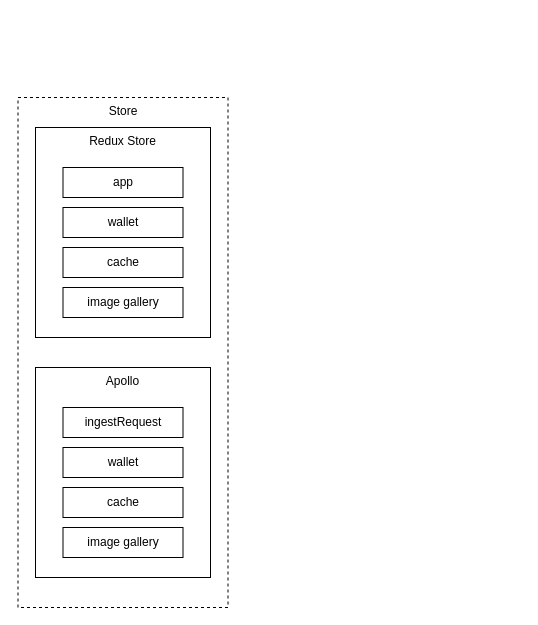
Earlier version of the draw.io diagram test-2.drawio (tobi-tobsen-berlin/diagrams). Source tidied: cells renumbered, new cells numbered last; positions are measured from the earlier drawing's top-left corner, leaving out a move shared by most shapes. Both pictures are drawn from the tidied source at 100%, with x=0, y=0 at pixel (17, 97).
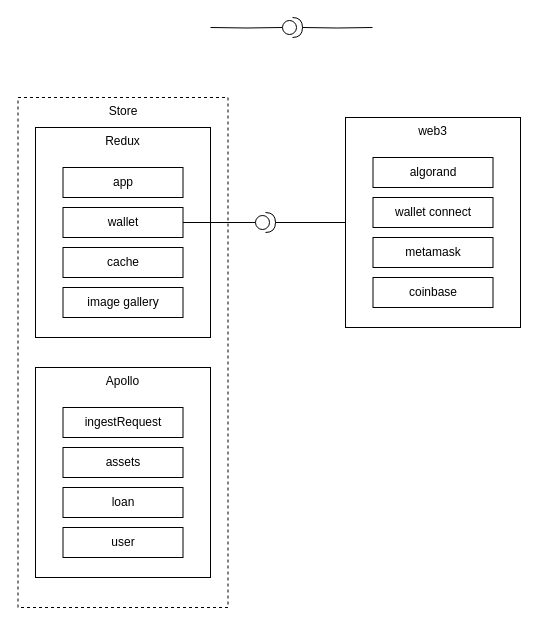
The same diagram, later.

The change refers to these unchanged cells:
```xml
<mxCell id="5" value="wallet" style="rounded=0;whiteSpace=wrap;html=1;" parent="1" vertex="1">
  <mxGeometry x="45.5" y="110" width="120" height="30" as="geometry" />
</mxCell>
```

Change to the diagram source:
```diff
@@
-    <mxCell id="3" value="Redux Store" style="rounded=0;whiteSpace=wrap;html=1;verticalAlign=top;" parent="1" vertex="1">
+    <mxCell id="3" value="Redux" style="rounded=0;whiteSpace=wrap;html=1;verticalAlign=top;" parent="1" vertex="1">
       <mxGeometry x="18" y="30" width="175" height="210" as="geometry" />
     </mxCell>
@@
+    <mxCell id="13" style="edgeStyle=orthogonalEdgeStyle;rounded=0;jettySize=auto;html=1;endArrow=none;endFill=0;" parent="1" edge="1" source="5" target="20">
+      <mxGeometry relative="1" as="geometry" />
+    </mxCell>
@@
-    <mxCell id="10" value="wallet" style="rounded=0;whiteSpace=wrap;html=1;" parent="1" vertex="1">
+    <mxCell id="10" value="assets" style="rounded=0;whiteSpace=wrap;html=1;" parent="1" vertex="1">
       <mxGeometry x="45.5" y="350" width="120" height="30" as="geometry" />
     </mxCell>
-    <mxCell id="11" value="cache" style="rounded=0;whiteSpace=wrap;html=1;" parent="1" vertex="1">
+    <mxCell id="11" value="loan" style="rounded=0;whiteSpace=wrap;html=1;" parent="1" vertex="1">
       <mxGeometry x="45.5" y="390" width="120" height="30" as="geometry" />
     </mxCell>
-    <mxCell id="12" value="image gallery" style="rounded=0;whiteSpace=wrap;html=1;" parent="1" vertex="1">
+    <mxCell id="12" value="user" style="rounded=0;whiteSpace=wrap;html=1;" parent="1" vertex="1">
       <mxGeometry x="45.5" y="430" width="120" height="30" as="geometry" />
     </mxCell>
+    <mxCell id="14" style="edgeStyle=orthogonalEdgeStyle;rounded=0;jettySize=auto;html=1;endArrow=none;endFill=0;" parent="1" edge="1" source="15" target="20">
+      <mxGeometry relative="1" as="geometry" />
+    </mxCell>
+    <mxCell id="15" value="web3" style="rounded=0;whiteSpace=wrap;html=1;verticalAlign=top;" parent="1" vertex="1">
+      <mxGeometry x="328" y="20" width="175" height="210" as="geometry" />
+    </mxCell>
+    <mxCell id="16" value="algorand" style="rounded=0;whiteSpace=wrap;html=1;" parent="1" vertex="1">
+      <mxGeometry x="355.5" y="60" width="120" height="30" as="geometry" />
+    </mxCell>
+    <mxCell id="17" value="wallet connect" style="rounded=0;whiteSpace=wrap;html=1;" parent="1" vertex="1">
+      <mxGeometry x="355.5" y="100" width="120" height="30" as="geometry" />
+    </mxCell>
+    <mxCell id="18" value="metamask" style="rounded=0;whiteSpace=wrap;html=1;" parent="1" vertex="1">
+      <mxGeometry x="355.5" y="140" width="120" height="30" as="geometry" />
+    </mxCell>
+    <mxCell id="19" value="coinbase" style="rounded=0;whiteSpace=wrap;html=1;" parent="1" vertex="1">
+      <mxGeometry x="355.5" y="180" width="120" height="30" as="geometry" />
+    </mxCell>
+    <mxCell id="20" style="shape=providedRequiredInterface;html=1;verticalLabelPosition=bottom;sketch=0;" parent="1" vertex="1">
+      <mxGeometry x="238" y="115" width="20" height="20" as="geometry" />
+    </mxCell>
+    <mxCell id="21" style="edgeStyle=orthogonalEdgeStyle;rounded=0;jettySize=auto;html=1;endArrow=none;endFill=0;" parent="1" edge="1" target="23">
+      <mxGeometry relative="1" as="geometry">
+        <mxPoint x="193" y="-70" as="sourcePoint" />
+      </mxGeometry>
+    </mxCell>
+    <mxCell id="22" style="edgeStyle=orthogonalEdgeStyle;rounded=0;jettySize=auto;html=1;endArrow=none;endFill=0;" parent="1" edge="1" target="23">
+      <mxGeometry relative="1" as="geometry">
+        <mxPoint x="355" y="-70" as="sourcePoint" />
+      </mxGeometry>
+    </mxCell>
+    <mxCell id="23" style="shape=providedRequiredInterface;html=1;verticalLabelPosition=bottom;sketch=0;" parent="1" vertex="1">
+      <mxGeometry x="265" y="-80" width="20" height="20" as="geometry" />
+    </mxCell>
```
